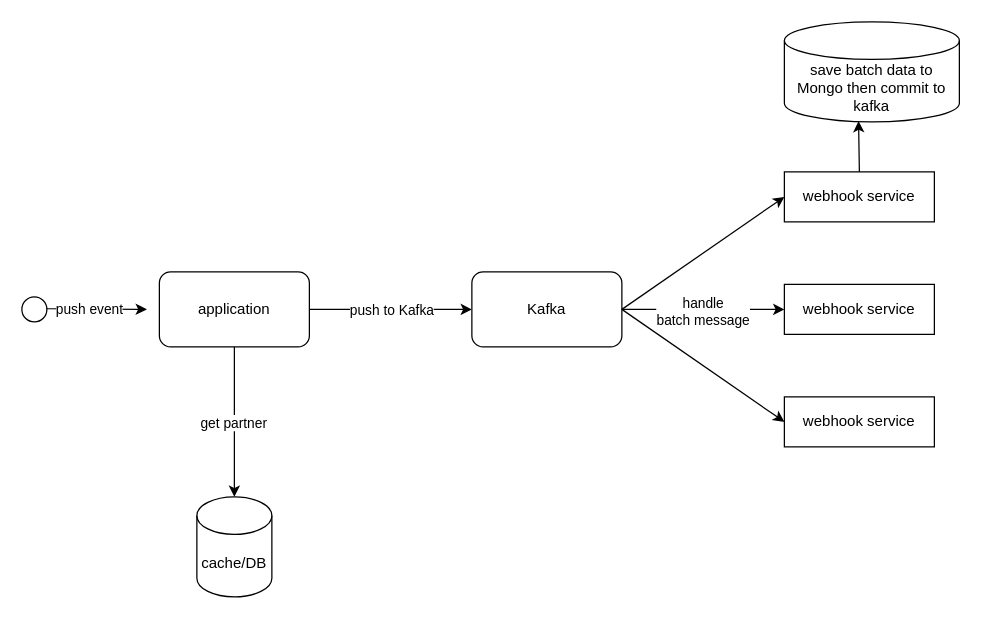
Before: public/Untitled Diagram.drawio in hadt98/react-project, a draw.io diagram. Source tidied: cells renumbered, new cells numbered last; positions are measured from the earlier drawing's top-left corner, leaving out a move shared by most shapes. Both pictures are drawn from the tidied source at 125%, with x=0, y=0 at pixel (21, 21).
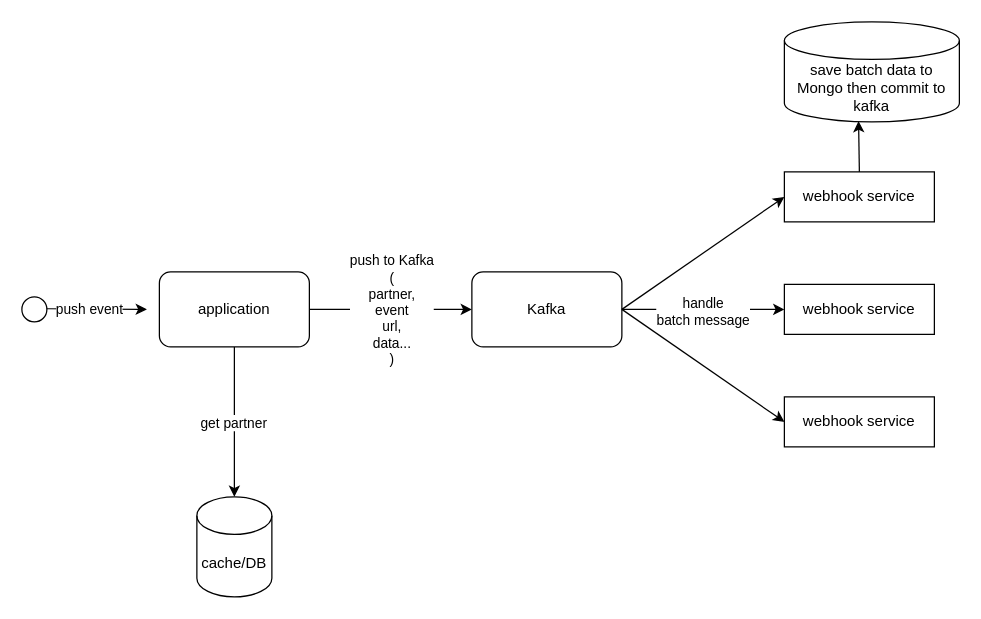
The same diagram, later.

Commit message:
webhook service

The change refers to these unchanged cells:
```xml
<mxCell id="9" style="endArrow=classic;html=1;rounded=0;exitX=1;exitY=0.5;exitDx=0;exitDy=0;" parent="1" edge="1" source="5">
  <mxGeometry relative="1" as="geometry">
    <mxPoint x="360" y="230" as="targetPoint" />
  </mxGeometry>
</mxCell>
```

Change to the diagram source:
```diff
@@
-    <mxCell id="10" value="push to Kafka" style="edgeLabel;html=1;align=center;verticalAlign=middle;" parent="9" vertex="1">
+    <mxCell id="10" value="push to Kafka&lt;br&gt;(&lt;br&gt;partner, &lt;br&gt;event&lt;br&gt;url, &lt;br&gt;data...&lt;br&gt;)" style="edgeLabel;html=1;align=center;verticalAlign=middle;" parent="9" vertex="1">
       <mxGeometry relative="1" as="geometry" />
     </mxCell>
```
